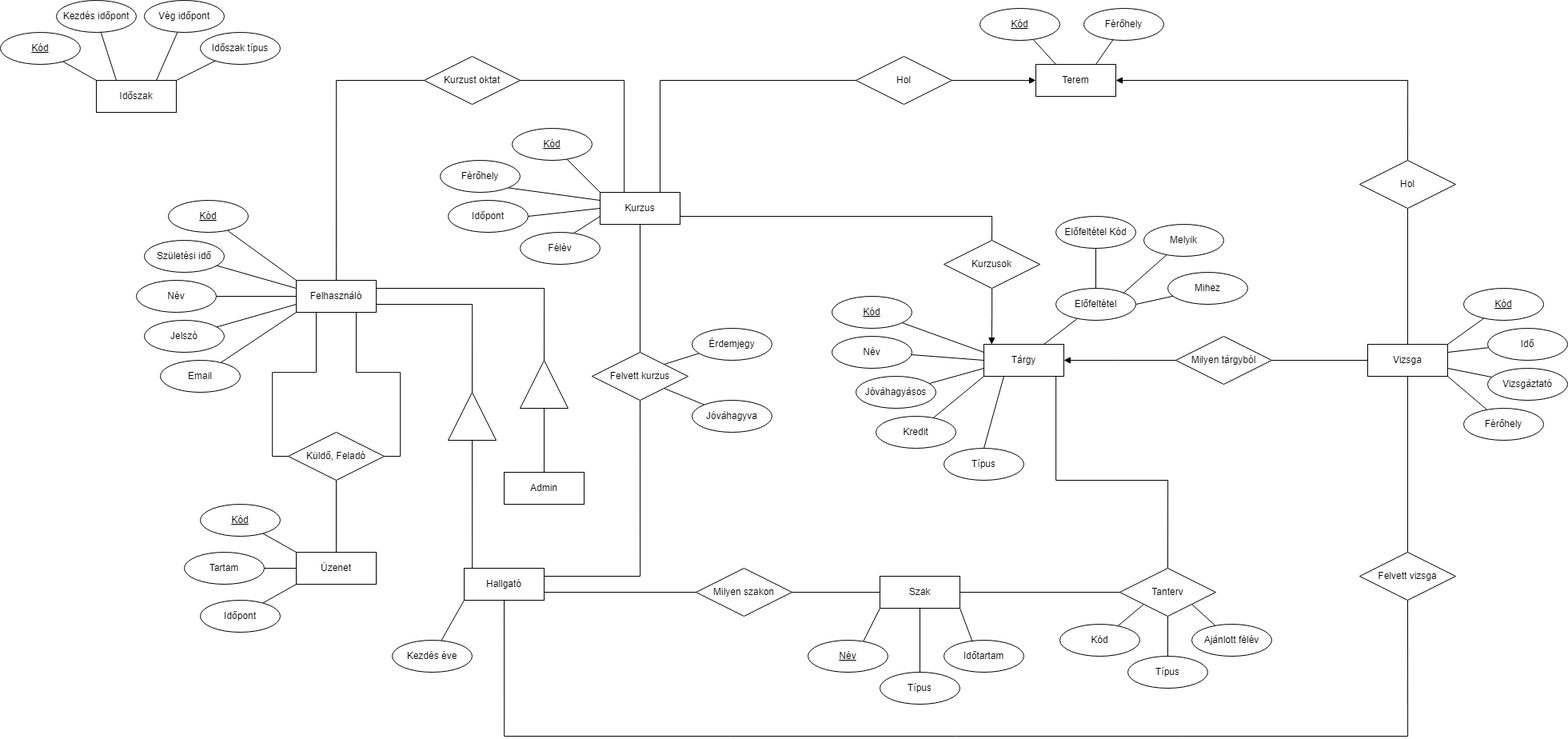
This is ssadm/EK_diagram.png from SzoDavid/murica, a draw.io export, as it was before one commit. Source tidied: cells renumbered, new cells last; positions are measured from the earlier drawing's top-left corner, leaving out a move shared by most shapes.
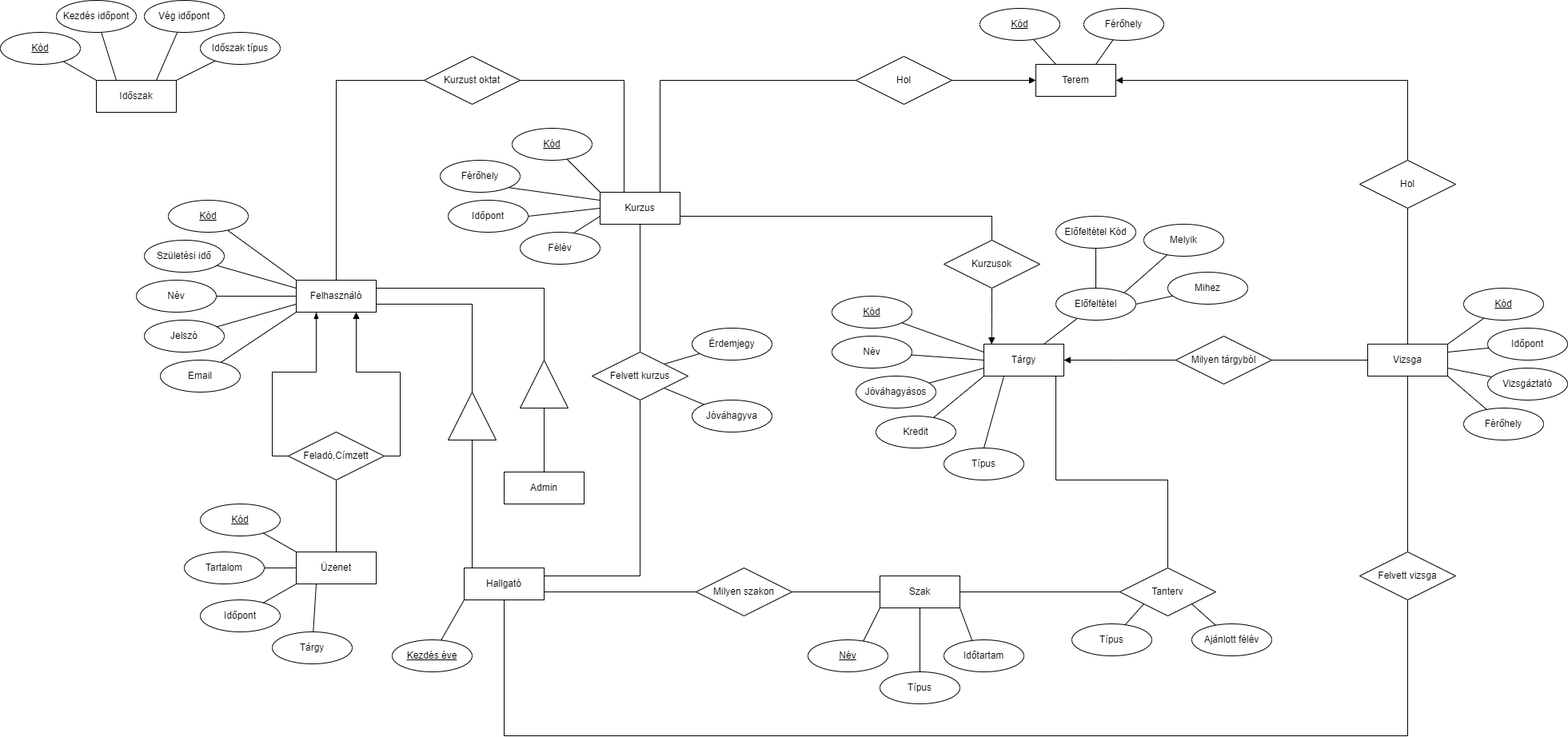
The same file after the commit.

What changed in the source:
```diff
@@ -65,7 +65,7 @@
     <mxCell id="18" style="rounded=0;jettySize=auto;html=1;entryX=0;entryY=1;entryDx=0;entryDy=0;fontFamily=Helvetica;fontSize=12;fontColor=default;endArrow=none;endFill=0;" parent="1" edge="1" source="19" target="14">
       <mxGeometry relative="1" as="geometry" />
     </mxCell>
-    <mxCell id="19" value="Kezdés éve" style="ellipse;whiteSpace=wrap;html=1;align=center;strokeColor=default;verticalAlign=middle;fontFamily=Helvetica;fontSize=12;fontColor=default;fillColor=default;" parent="1" vertex="1">
+    <mxCell id="19" value="Kezdés éve" style="ellipse;whiteSpace=wrap;html=1;align=center;strokeColor=default;verticalAlign=middle;fontFamily=Helvetica;fontSize=12;fontColor=default;fillColor=default;fontStyle=4;" parent="1" vertex="1">
       <mxGeometry x="490" y="800" width="100" height="40" as="geometry" />
     </mxCell>
     <mxCell id="20" style="edgeStyle=orthogonalEdgeStyle;rounded=0;jettySize=auto;html=1;entryX=1;entryY=0.5;entryDx=0;entryDy=0;fontFamily=Helvetica;fontSize=12;fontColor=default;endArrow=none;endFill=0;startArrow=none;startFill=0;" parent="1" edge="1" source="21" target="23">
@@ -109,11 +109,11 @@
     <mxCell id="32" value="Ajánlott félév" style="ellipse;whiteSpace=wrap;html=1;align=center;strokeColor=default;verticalAlign=middle;fontFamily=Helvetica;fontSize=12;fontColor=default;fillColor=default;" parent="1" vertex="1">
       <mxGeometry x="1490" y="780" width="100" height="40" as="geometry" />
     </mxCell>
-    <mxCell id="33" style="rounded=0;jettySize=auto;html=1;entryX=0.5;entryY=1;entryDx=0;entryDy=0;fontFamily=Helvetica;fontSize=12;fontColor=default;endArrow=none;endFill=0;" parent="1" edge="1" source="34" target="122">
+    <mxCell id="33" style="rounded=0;jettySize=auto;html=1;entryX=0;entryY=1;entryDx=0;entryDy=0;fontFamily=Helvetica;fontSize=12;fontColor=default;endArrow=none;endFill=0;" parent="1" edge="1" source="34" target="122">
       <mxGeometry relative="1" as="geometry" />
     </mxCell>
     <mxCell id="34" value="Típus" style="ellipse;whiteSpace=wrap;html=1;align=center;strokeColor=default;verticalAlign=middle;fontFamily=Helvetica;fontSize=12;fontColor=default;fillColor=default;" parent="1" vertex="1">
-      <mxGeometry x="1410" y="820" width="100" height="40" as="geometry" />
+      <mxGeometry x="1340" y="780" width="100" height="40" as="geometry" />
     </mxCell>
     <mxCell id="35" style="rounded=0;jettySize=auto;html=1;entryX=0.5;entryY=0;entryDx=0;entryDy=0;fontFamily=Helvetica;fontSize=12;fontColor=default;edgeStyle=orthogonalEdgeStyle;endArrow=none;endFill=0;" parent="1" edge="1" target="122">
       <mxGeometry relative="1" as="geometry">
@@ -314,7 +314,7 @@
     <mxCell id="90" style="rounded=0;jettySize=auto;html=1;entryX=1;entryY=0.25;entryDx=0;entryDy=0;fontFamily=Helvetica;fontSize=12;fontColor=default;endArrow=none;endFill=0;" parent="1" edge="1" source="91" target="81">
       <mxGeometry relative="1" as="geometry" />
     </mxCell>
-    <mxCell id="91" value="Idő" style="ellipse;whiteSpace=wrap;html=1;align=center;strokeColor=default;verticalAlign=middle;fontFamily=Helvetica;fontSize=12;fontColor=default;fillColor=default;" parent="1" vertex="1">
+    <mxCell id="91" value="Időpont" style="ellipse;whiteSpace=wrap;html=1;align=center;strokeColor=default;verticalAlign=middle;fontFamily=Helvetica;fontSize=12;fontColor=default;fillColor=default;" parent="1" vertex="1">
       <mxGeometry x="1860" y="410" width="100" height="40" as="geometry" />
     </mxCell>
     <mxCell id="92" style="rounded=0;jettySize=auto;html=1;entryX=1;entryY=0;entryDx=0;entryDy=0;fontFamily=Helvetica;fontSize=12;fontColor=default;endArrow=none;endFill=0;" parent="1" edge="1" source="93" target="81">
@@ -341,19 +341,19 @@
     <mxCell id="99" value="Üzenet" style="whiteSpace=wrap;html=1;align=center;strokeColor=default;verticalAlign=middle;fontFamily=Helvetica;fontSize=12;fontColor=default;fillColor=default;" parent="1" vertex="1">
       <mxGeometry x="370" y="690" width="100" height="40" as="geometry" />
     </mxCell>
-    <mxCell id="100" style="edgeStyle=orthogonalEdgeStyle;rounded=0;jettySize=auto;html=1;entryX=0.25;entryY=1;entryDx=0;entryDy=0;fontFamily=Helvetica;fontSize=12;fontColor=default;exitX=0;exitY=0.5;exitDx=0;exitDy=0;endArrow=none;endFill=0;" parent="1" edge="1" source="102" target="2">
+    <mxCell id="100" style="edgeStyle=orthogonalEdgeStyle;rounded=0;jettySize=auto;html=1;entryX=0.25;entryY=1;entryDx=0;entryDy=0;fontFamily=Helvetica;fontSize=12;fontColor=default;exitX=0;exitY=0.5;exitDx=0;exitDy=0;endArrow=blockThin;endFill=1;" parent="1" edge="1" source="102" target="2">
       <mxGeometry relative="1" as="geometry" />
     </mxCell>
-    <mxCell id="101" style="edgeStyle=orthogonalEdgeStyle;rounded=0;jettySize=auto;html=1;entryX=0.75;entryY=1;entryDx=0;entryDy=0;fontFamily=Helvetica;fontSize=12;fontColor=default;exitX=1;exitY=0.5;exitDx=0;exitDy=0;endArrow=none;endFill=0;" parent="1" edge="1" source="102" target="2">
+    <mxCell id="101" style="edgeStyle=orthogonalEdgeStyle;rounded=0;jettySize=auto;html=1;entryX=0.75;entryY=1;entryDx=0;entryDy=0;fontFamily=Helvetica;fontSize=12;fontColor=default;exitX=1;exitY=0.5;exitDx=0;exitDy=0;endArrow=block;endFill=1;" parent="1" edge="1" source="102" target="2">
       <mxGeometry relative="1" as="geometry" />
     </mxCell>
-    <mxCell id="102" value="Küldő, Feladó" style="shape=rhombus;perimeter=rhombusPerimeter;whiteSpace=wrap;html=1;align=center;strokeColor=default;verticalAlign=middle;fontFamily=Helvetica;fontSize=12;fontColor=default;fillColor=default;" parent="1" vertex="1">
+    <mxCell id="102" value="Feladó,Címzett" style="shape=rhombus;perimeter=rhombusPerimeter;whiteSpace=wrap;html=1;align=center;strokeColor=default;verticalAlign=middle;fontFamily=Helvetica;fontSize=12;fontColor=default;fillColor=default;" parent="1" vertex="1">
       <mxGeometry x="360" y="540" width="120" height="60" as="geometry" />
     </mxCell>
     <mxCell id="103" style="rounded=0;jettySize=auto;html=1;entryX=0;entryY=0.5;entryDx=0;entryDy=0;fontFamily=Helvetica;fontSize=12;fontColor=default;endArrow=none;endFill=0;" parent="1" edge="1" source="104" target="99">
       <mxGeometry relative="1" as="geometry" />
     </mxCell>
-    <mxCell id="104" value="Tartam" style="ellipse;whiteSpace=wrap;html=1;align=center;strokeColor=default;verticalAlign=middle;fontFamily=Helvetica;fontSize=12;fontColor=default;fillColor=default;" parent="1" vertex="1">
+    <mxCell id="104" value="Tartalom" style="ellipse;whiteSpace=wrap;html=1;align=center;strokeColor=default;verticalAlign=middle;fontFamily=Helvetica;fontSize=12;fontColor=default;fillColor=default;" parent="1" vertex="1">
       <mxGeometry x="230" y="690" width="100" height="40" as="geometry" />
     </mxCell>
     <mxCell id="105" style="rounded=0;jettySize=auto;html=1;entryX=0;entryY=0;entryDx=0;entryDy=0;fontFamily=Helvetica;fontSize=12;fontColor=default;endArrow=none;endFill=0;" parent="1" edge="1" source="106" target="99">
@@ -410,12 +410,6 @@
     <mxCell id="122" value="Tanterv" style="shape=rhombus;perimeter=rhombusPerimeter;whiteSpace=wrap;html=1;align=center;" parent="1" vertex="1">
       <mxGeometry x="1400" y="710" width="120" height="60" as="geometry" />
     </mxCell>
-    <mxCell id="123" style="rounded=0;jettySize=auto;html=1;entryX=0;entryY=1;entryDx=0;entryDy=0;endArrow=none;endFill=0;" parent="1" edge="1" source="124" target="122">
-      <mxGeometry relative="1" as="geometry" />
-    </mxCell>
-    <mxCell id="124" value="Kód" style="ellipse;whiteSpace=wrap;html=1;align=center;" parent="1" vertex="1">
-      <mxGeometry x="1325" y="780" width="100" height="40" as="geometry" />
-    </mxCell>
     <mxCell id="125" value="Admin" style="whiteSpace=wrap;html=1;align=center;strokeColor=default;verticalAlign=middle;fontFamily=Helvetica;fontSize=12;fontColor=default;fillColor=default;" parent="1" vertex="1">
       <mxGeometry x="630" y="590" width="100" height="40" as="geometry" />
     </mxCell>
@@ -428,5 +422,11 @@
     <mxCell id="128" style="triangle;whiteSpace=wrap;html=1;strokeColor=default;align=center;verticalAlign=middle;fontFamily=Helvetica;fontSize=12;fontColor=default;fillColor=default;rotation=-90;" parent="1" vertex="1">
       <mxGeometry x="650" y="450" width="60" height="60" as="geometry" />
     </mxCell>
+    <mxCell id="129" style="rounded=0;jettySize=auto;html=1;entryX=0.25;entryY=1;entryDx=0;entryDy=0;endArrow=none;endFill=0;" parent="1" edge="1" source="130" target="99">
+      <mxGeometry relative="1" as="geometry" />
+    </mxCell>
+    <mxCell id="130" value="Tárgy" style="ellipse;whiteSpace=wrap;html=1;align=center;" parent="1" vertex="1">
+      <mxGeometry x="340" y="790" width="100" height="40" as="geometry" />
+    </mxCell>
   </root>
 </mxGraphModel>
```
